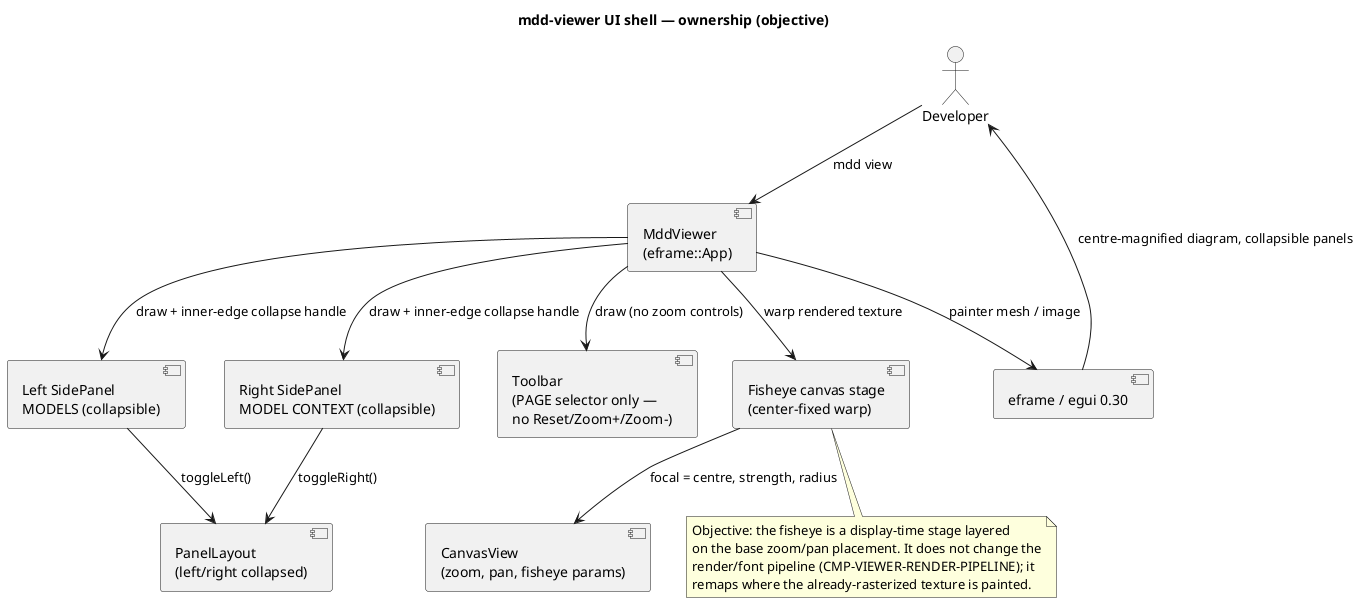
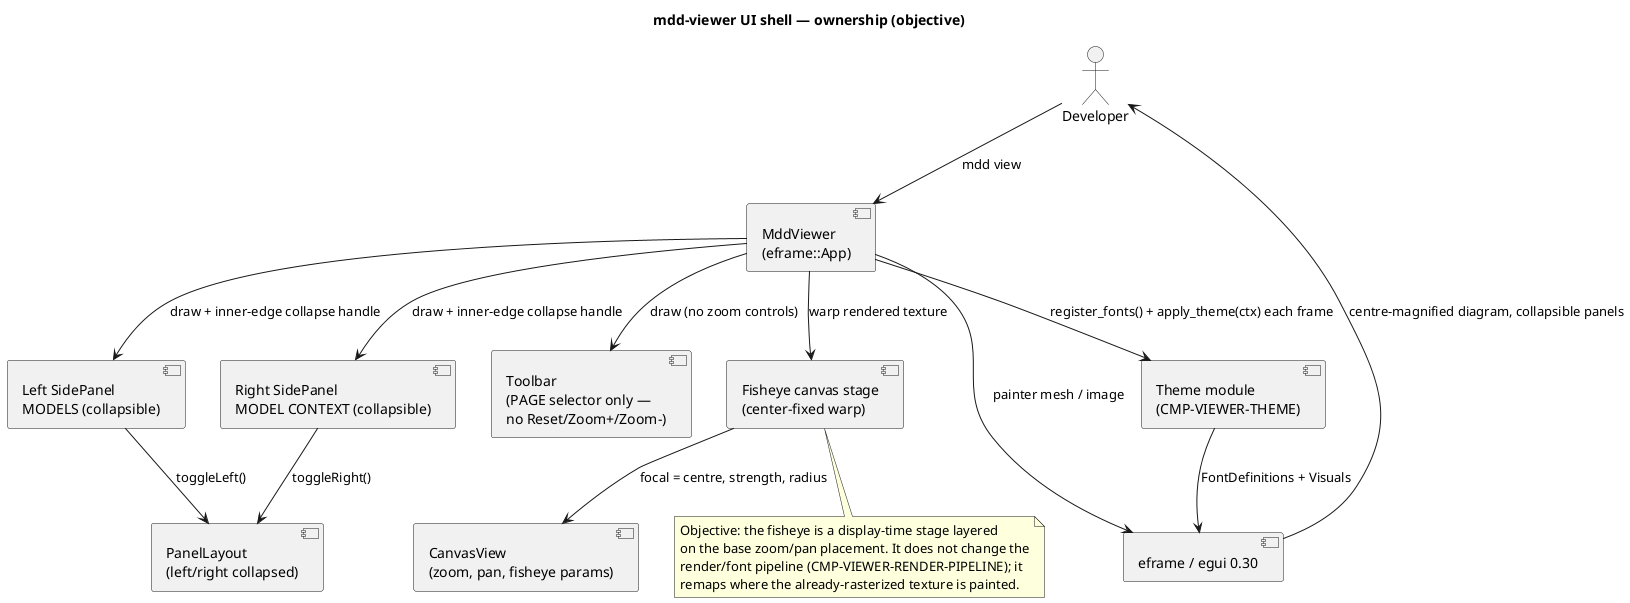
@startuml
' @id(CMP-VIEWER-SHELL)
' @ref(USE-VIEW-DIAGRAMS)
- ' @desc(CMP-VIEWER-SHELL, "The egui shell of mdd-viewer: collapsible left/right SidePanels, a toolbar with no zoom buttons, and a center-fixed fisheye canvas stage that warps the rendered texture before painting.")
+ ' @desc(CMP-VIEWER-SHELL, "The egui shell of mdd-viewer: collapsible left/right SidePanels, a toolbar with no zoom buttons, a center-fixed fisheye canvas stage that warps the rendered texture before painting, and a per-frame theming step that delegates to CMP-VIEWER-THEME.")
' Objective-side component view of the viewer UI shell — the part this
- ' cycle changes. The render/font pipeline remains CMP-VIEWER-RENDER-PIPELINE.
+ ' cycle changes. The render/font pipeline remains CMP-VIEWER-RENDER-PIPELINE;
+ ' chrome theming is owned by CMP-VIEWER-THEME.
title mdd-viewer UI shell — ownership (objective)

actor "Developer" as Dev

component "MddViewer\n(eframe::App)" as Viewer
component "Left SidePanel\nMODELS (collapsible)" as Left
component "Right SidePanel\nMODEL CONTEXT (collapsible)" as Right
component "Toolbar\n(PAGE selector only —\nno Reset/Zoom+/Zoom-)" as Toolbar
component "Fisheye canvas stage\n(center-fixed warp)" as Fisheye
component "PanelLayout\n(left/right collapsed)" as PL
component "CanvasView\n(zoom, pan, fisheye params)" as CV
component "eframe / egui 0.30" as Egui
+ component "Theme module\n(CMP-VIEWER-THEME)" as Theme

Dev --> Viewer : mdd view
+ Viewer --> Theme : register_fonts() + apply_theme(ctx) each frame
+ Theme --> Egui : FontDefinitions + Visuals
Viewer --> Left : draw + inner-edge collapse handle
Viewer --> Right : draw + inner-edge collapse handle
Left --> PL : toggleLeft()
Right --> PL : toggleRight()
Viewer --> Toolbar : draw (no zoom controls)
Viewer --> Fisheye : warp rendered texture
Fisheye --> CV : focal = centre, strength, radius
Viewer --> Egui : painter mesh / image
Egui --> Dev : centre-magnified diagram, collapsible panels

note bottom of Fisheye
  Objective: the fisheye is a display-time stage layered
  on the base zoom/pan placement. It does not change the
  render/font pipeline (CMP-VIEWER-RENDER-PIPELINE); it
  remaps where the already-rasterized texture is painted.
end note
@enduml
